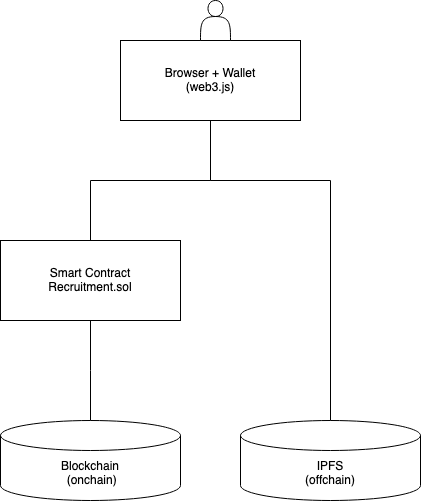
Before: screenshots/infrastructure-diagram.png, a diagram exported from draw.io (ppelicano/recruitment-protocol-smart-contract). Source tidied: cells renumbered, new cells last; positions are measured from the earlier drawing's top-left corner, leaving out a move shared by most shapes.
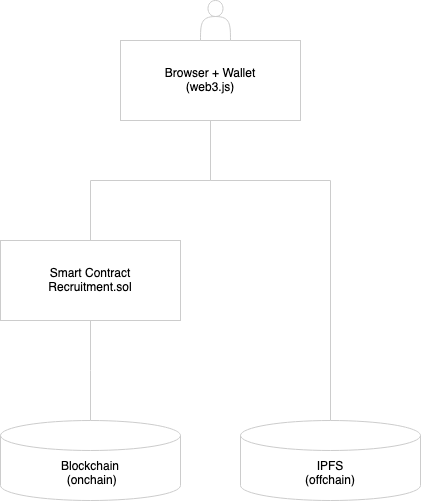
The same diagram one commit later.

Commit message:
fixed 3 positions for 3 month percentages and added diagram #3

Change to the diagram source:
```diff
@@ -2,16 +2,16 @@
   <root>
     <mxCell id="0" />
     <mxCell id="1" parent="0" />
-    <mxCell id="2" value="&lt;div&gt;IPFS&lt;/div&gt;&lt;div&gt;(offchain)&lt;br&gt;&lt;/div&gt;" style="shape=cylinder3;whiteSpace=wrap;html=1;boundedLbl=1;backgroundOutline=1;size=15;" parent="1" vertex="1">
+    <mxCell id="2" value="&lt;div&gt;IPFS&lt;/div&gt;&lt;div&gt;(offchain)&lt;br&gt;&lt;/div&gt;" style="shape=cylinder3;whiteSpace=wrap;html=1;boundedLbl=1;backgroundOutline=1;size=15;strokeColor=#CCCCCC;" parent="1" vertex="1">
       <mxGeometry x="240" y="420" width="180" height="80" as="geometry" />
     </mxCell>
-    <mxCell id="3" value="&lt;div&gt;Blockchain&lt;br&gt;&lt;/div&gt;&amp;nbsp;(onchain)" style="shape=cylinder3;whiteSpace=wrap;html=1;boundedLbl=1;backgroundOutline=1;size=15;" parent="1" vertex="1">
+    <mxCell id="3" value="&lt;div&gt;Blockchain&lt;br&gt;&lt;/div&gt;&amp;nbsp;(onchain)" style="shape=cylinder3;whiteSpace=wrap;html=1;boundedLbl=1;backgroundOutline=1;size=15;strokeColor=#CCCCCC;" parent="1" vertex="1">
       <mxGeometry y="420" width="180" height="80" as="geometry" />
     </mxCell>
-    <mxCell id="4" value="&lt;div&gt;Smart Contract&lt;/div&gt;&lt;div&gt;Recruitment.sol&lt;/div&gt;" style="rounded=0;whiteSpace=wrap;html=1;" parent="1" vertex="1">
+    <mxCell id="4" value="&lt;div&gt;Smart Contract&lt;/div&gt;&lt;div&gt;Recruitment.sol&lt;/div&gt;" style="rounded=0;whiteSpace=wrap;html=1;strokeColor=#CCCCCC;" parent="1" vertex="1">
       <mxGeometry y="240" width="180" height="80" as="geometry" />
     </mxCell>
-    <mxCell id="5" style="endArrow=none;html=1;rounded=0;sketch=0;entryX=0.5;entryY=0;entryDx=0;entryDy=0;exitX=0.5;exitY=1;exitDx=0;exitDy=0;entryPerimeter=0;" parent="1" edge="1" source="7" target="2">
+    <mxCell id="5" style="endArrow=none;html=1;rounded=0;sketch=0;entryX=0.5;entryY=0;entryDx=0;entryDy=0;exitX=0.5;exitY=1;exitDx=0;exitDy=0;entryPerimeter=0;strokeColor=#CCCCCC;" parent="1" edge="1" source="7" target="2">
       <mxGeometry relative="1" as="geometry">
         <Array as="points">
           <mxPoint x="210" y="180" />
@@ -19,20 +19,20 @@
         </Array>
       </mxGeometry>
     </mxCell>
-    <mxCell id="6" style="endArrow=none;html=1;rounded=0;sketch=0;entryX=0.5;entryY=1;entryDx=0;entryDy=0;exitX=0.5;exitY=0;exitDx=0;exitDy=0;exitPerimeter=0;" parent="1" edge="1" source="3" target="4">
+    <mxCell id="6" style="endArrow=none;html=1;rounded=0;sketch=0;entryX=0.5;entryY=1;entryDx=0;entryDy=0;exitX=0.5;exitY=0;exitDx=0;exitDy=0;exitPerimeter=0;strokeColor=#CCCCCC;" parent="1" edge="1" source="3" target="4">
       <mxGeometry relative="1" as="geometry">
         <Array as="points">
           <mxPoint x="90" y="370" />
         </Array>
       </mxGeometry>
     </mxCell>
-    <mxCell id="7" value="&lt;div&gt;Browser + Wallet&lt;/div&gt;&lt;div&gt;(web3.js)&lt;br&gt;&lt;/div&gt;" style="rounded=0;whiteSpace=wrap;html=1;" parent="1" vertex="1">
+    <mxCell id="7" value="&lt;div&gt;Browser + Wallet&lt;/div&gt;&lt;div&gt;(web3.js)&lt;br&gt;&lt;/div&gt;" style="rounded=0;whiteSpace=wrap;html=1;strokeColor=#CCCCCC;" parent="1" vertex="1">
       <mxGeometry x="120" y="40" width="180" height="80" as="geometry" />
     </mxCell>
-    <mxCell id="8" style="shape=actor;whiteSpace=wrap;html=1;" parent="1" vertex="1">
+    <mxCell id="8" style="shape=actor;whiteSpace=wrap;html=1;strokeColor=#CCCCCC;" parent="1" vertex="1">
       <mxGeometry x="200" width="30" height="40" as="geometry" />
     </mxCell>
-    <mxCell id="9" style="endArrow=none;html=1;rounded=0;sketch=0;entryX=0.5;entryY=0;entryDx=0;entryDy=0;exitX=0.5;exitY=1;exitDx=0;exitDy=0;" parent="1" edge="1" source="7" target="4">
+    <mxCell id="9" style="endArrow=none;html=1;rounded=0;sketch=0;entryX=0.5;entryY=0;entryDx=0;entryDy=0;exitX=0.5;exitY=1;exitDx=0;exitDy=0;strokeColor=#CCCCCC;" parent="1" edge="1" source="7" target="4">
       <mxGeometry relative="1" as="geometry">
         <Array as="points">
           <mxPoint x="210" y="180" />
```
